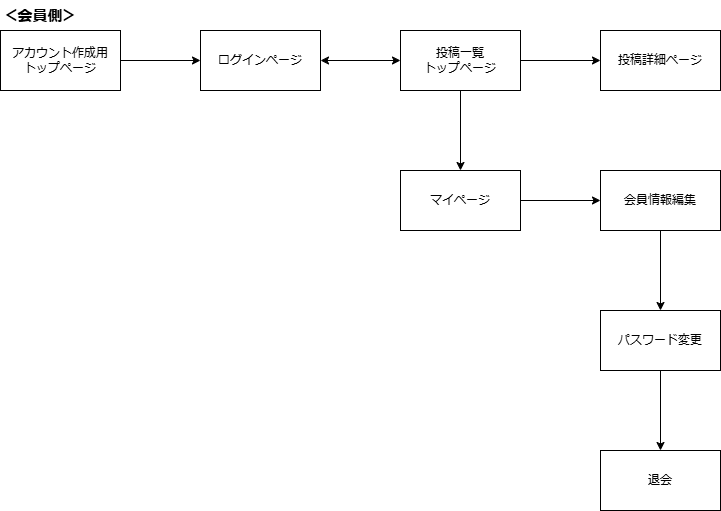
Earlier version of the draw.io export Travelog画面遷移図.drawio.png (ISSEI-dot/Travelog). Source tidied: cells renumbered, new cells last; positions are measured from the earlier drawing's top-left corner, leaving out a move shared by most shapes.
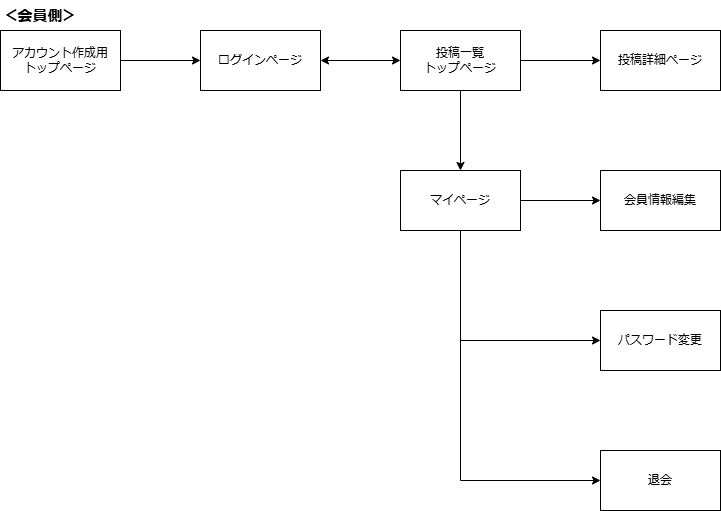
After the commit.

Commit message:
Travelog画面遷移図.drawio.png を更新します

Diff of the diagram source:
```diff
@@ -35,13 +35,13 @@
     <mxCell id="12" value="マイページ" style="whiteSpace=wrap;html=1;rounded=0;" parent="1" vertex="1">
       <mxGeometry x="400" y="170" width="120" height="60" as="geometry" />
     </mxCell>
-    <mxCell id="13" style="edgeStyle=orthogonalEdgeStyle;rounded=0;jettySize=auto;html=1;" parent="1" edge="1" source="14" target="16">
+    <mxCell id="13" style="edgeStyle=orthogonalEdgeStyle;rounded=0;jettySize=auto;html=1;exitX=0.5;exitY=1;exitDx=0;exitDy=0;entryX=0;entryY=0.5;entryDx=0;entryDy=0;" parent="1" edge="1" source="12" target="16">
       <mxGeometry relative="1" as="geometry" />
     </mxCell>
     <mxCell id="14" value="会員情報編集" style="whiteSpace=wrap;html=1;rounded=0;" parent="1" vertex="1">
       <mxGeometry x="600" y="170" width="120" height="60" as="geometry" />
     </mxCell>
-    <mxCell id="15" style="edgeStyle=orthogonalEdgeStyle;rounded=0;jettySize=auto;html=1;" parent="1" edge="1" source="16" target="17">
+    <mxCell id="15" style="edgeStyle=orthogonalEdgeStyle;rounded=0;jettySize=auto;html=1;exitX=0.5;exitY=1;exitDx=0;exitDy=0;entryX=0;entryY=0.5;entryDx=0;entryDy=0;" parent="1" edge="1" source="12" target="17">
       <mxGeometry relative="1" as="geometry" />
     </mxCell>
     <mxCell id="16" value="パスワード変更" style="whiteSpace=wrap;html=1;rounded=0;" parent="1" vertex="1">
```
